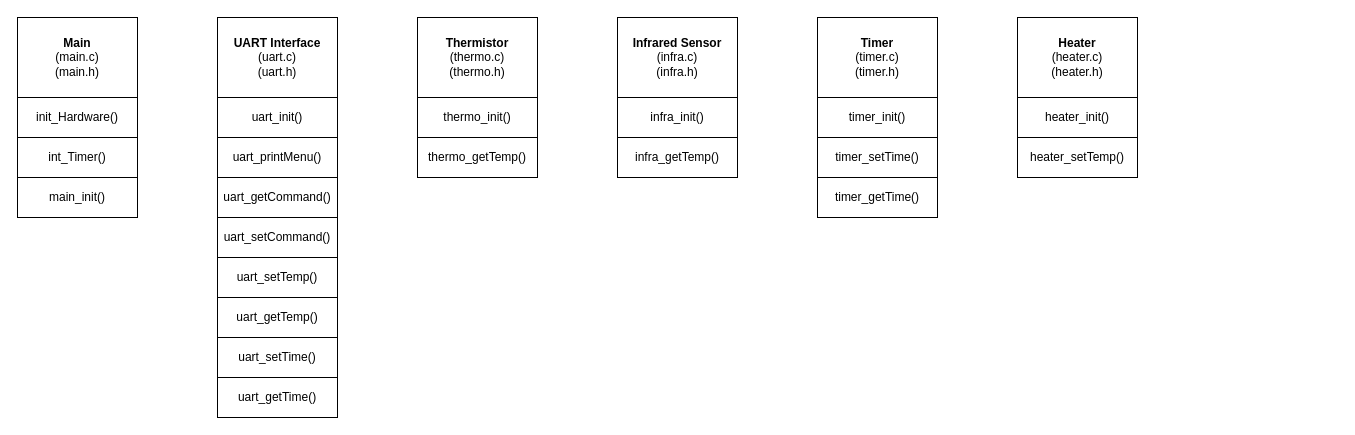
The draw.io diagram documentation/uml.drawio in mannndrew/BrewBuddy, before the edit. Source tidied: cells renumbered, new cells numbered last; positions are measured from the earlier drawing's top-left corner, leaving out a move shared by most shapes. Both pictures are drawn from the tidied source at 100%, with x=0, y=0 at pixel (17, 17).
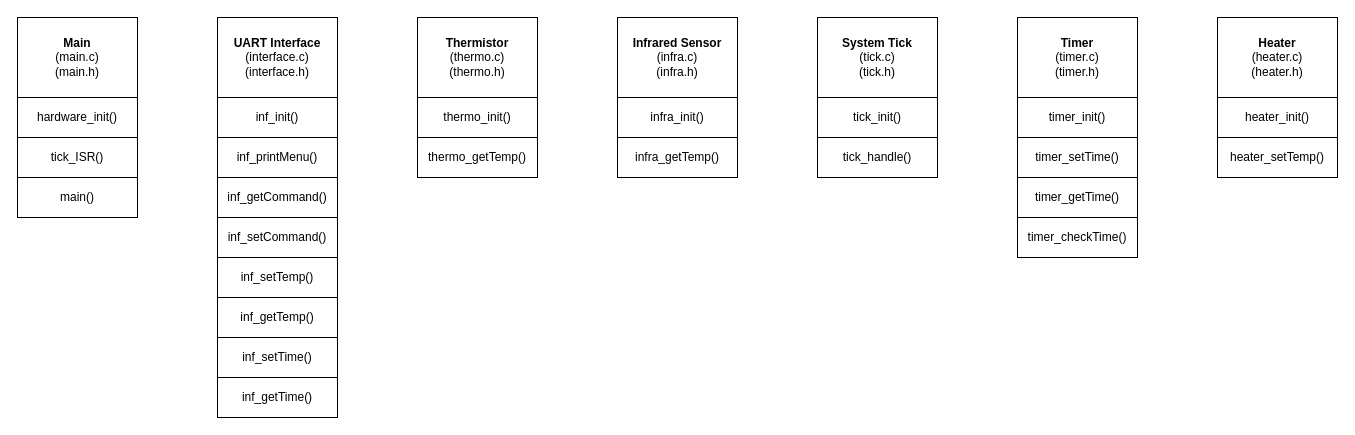
The same page after the edit.

What changed in the source:
```diff
@@
-    <mxCell id="8" value="&lt;div&gt;&lt;b&gt;UART Interface&lt;/b&gt;&lt;/div&gt;(uart.c)&lt;br&gt;(uart.h)" style="rounded=0;whiteSpace=wrap;html=1;" parent="1" vertex="1">
+    <mxCell id="8" value="&lt;div&gt;&lt;b&gt;UART Interface&lt;/b&gt;&lt;/div&gt;(interface.c)&lt;br&gt;(interface.h)" style="rounded=0;whiteSpace=wrap;html=1;" parent="1" vertex="1">
       <mxGeometry x="200" width="120" height="80" as="geometry" />
     </mxCell>
-    <mxCell id="9" value="uart_init()" style="rounded=0;whiteSpace=wrap;html=1;" parent="1" vertex="1">
+    <mxCell id="9" value="inf_init()" style="rounded=0;whiteSpace=wrap;html=1;" parent="1" vertex="1">
       <mxGeometry x="200" y="80" width="120" height="40" as="geometry" />
     </mxCell>
-    <mxCell id="10" value="uart_setTemp()" style="rounded=0;whiteSpace=wrap;html=1;" parent="1" vertex="1">
+    <mxCell id="10" value="inf_setTemp()" style="rounded=0;whiteSpace=wrap;html=1;" parent="1" vertex="1">
       <mxGeometry x="200" y="240" width="120" height="40" as="geometry" />
     </mxCell>
-    <mxCell id="11" value="uart_getTemp()" style="rounded=0;whiteSpace=wrap;html=1;" parent="1" vertex="1">
+    <mxCell id="11" value="inf_getTemp()" style="rounded=0;whiteSpace=wrap;html=1;" parent="1" vertex="1">
       <mxGeometry x="200" y="280" width="120" height="40" as="geometry" />
     </mxCell>
-    <mxCell id="12" value="uart_setTime()" style="rounded=0;whiteSpace=wrap;html=1;" parent="1" vertex="1">
+    <mxCell id="12" value="inf_setTime()" style="rounded=0;whiteSpace=wrap;html=1;" parent="1" vertex="1">
       <mxGeometry x="200" y="320" width="120" height="40" as="geometry" />
     </mxCell>
-    <mxCell id="13" value="uart_getTime()" style="rounded=0;whiteSpace=wrap;html=1;" parent="1" vertex="1">
+    <mxCell id="13" value="inf_getTime()" style="rounded=0;whiteSpace=wrap;html=1;" parent="1" vertex="1">
       <mxGeometry x="200" y="360" width="120" height="40" as="geometry" />
     </mxCell>
-    <mxCell id="14" value="uart_getCommand()" style="rounded=0;whiteSpace=wrap;html=1;" parent="1" vertex="1">
+    <mxCell id="14" value="inf_getCommand()" style="rounded=0;whiteSpace=wrap;html=1;" parent="1" vertex="1">
       <mxGeometry x="200" y="160" width="120" height="40" as="geometry" />
     </mxCell>
-    <mxCell id="15" value="uart_setCommand()" style="rounded=0;whiteSpace=wrap;html=1;" parent="1" vertex="1">
+    <mxCell id="15" value="inf_setCommand()" style="rounded=0;whiteSpace=wrap;html=1;" parent="1" vertex="1">
       <mxGeometry x="200" y="200" width="120" height="40" as="geometry" />
     </mxCell>
-    <mxCell id="16" value="uart_printMenu()" style="rounded=0;whiteSpace=wrap;html=1;" parent="1" vertex="1">
+    <mxCell id="16" value="inf_printMenu()" style="rounded=0;whiteSpace=wrap;html=1;" parent="1" vertex="1">
       <mxGeometry x="200" y="120" width="120" height="40" as="geometry" />
     </mxCell>
     <mxCell id="17" value="&lt;div&gt;&lt;b&gt;Timer&lt;/b&gt;&lt;/div&gt;(timer.c)&lt;br&gt;(timer.h)" style="rounded=0;whiteSpace=wrap;html=1;" parent="1" vertex="1">
-      <mxGeometry x="800" width="120" height="80" as="geometry" />
+      <mxGeometry x="1000" width="120" height="80" as="geometry" />
     </mxCell>
     <mxCell id="18" value="timer_init()" style="rounded=0;whiteSpace=wrap;html=1;" parent="1" vertex="1">
-      <mxGeometry x="800" y="80" width="120" height="40" as="geometry" />
+      <mxGeometry x="1000" y="80" width="120" height="40" as="geometry" />
     </mxCell>
     <mxCell id="19" value="timer_setTime()" style="rounded=0;whiteSpace=wrap;html=1;" parent="1" vertex="1">
-      <mxGeometry x="800" y="120" width="120" height="40" as="geometry" />
+      <mxGeometry x="1000" y="120" width="120" height="40" as="geometry" />
     </mxCell>
     <mxCell id="20" value="timer_getTime()" style="rounded=0;whiteSpace=wrap;html=1;" parent="1" vertex="1">
-      <mxGeometry x="800" y="160" width="120" height="40" as="geometry" />
+      <mxGeometry x="1000" y="160" width="120" height="40" as="geometry" />
     </mxCell>
     <mxCell id="21" value="&lt;div&gt;&lt;b&gt;Heater&lt;/b&gt;&lt;/div&gt;(heater.c)&lt;br&gt;(heater.h)" style="rounded=0;whiteSpace=wrap;html=1;" parent="1" vertex="1">
-      <mxGeometry x="1000" width="120" height="80" as="geometry" />
+      <mxGeometry x="1200" width="120" height="80" as="geometry" />
     </mxCell>
     <mxCell id="22" value="heater_init()" style="rounded=0;whiteSpace=wrap;html=1;" parent="1" vertex="1">
-      <mxGeometry x="1000" y="80" width="120" height="40" as="geometry" />
+      <mxGeometry x="1200" y="80" width="120" height="40" as="geometry" />
     </mxCell>
     <mxCell id="23" value="heater_setTemp()" style="rounded=0;whiteSpace=wrap;html=1;" parent="1" vertex="1">
-      <mxGeometry x="1000" y="120" width="120" height="40" as="geometry" />
+      <mxGeometry x="1200" y="120" width="120" height="40" as="geometry" />
     </mxCell>
@@
-    <mxCell id="25" value="init_Hardware()" style="rounded=0;whiteSpace=wrap;html=1;" parent="1" vertex="1">
+    <mxCell id="25" value="hardware_init()" style="rounded=0;whiteSpace=wrap;html=1;" parent="1" vertex="1">
       <mxGeometry y="80" width="120" height="40" as="geometry" />
     </mxCell>
-    <mxCell id="26" value="main_init()" style="rounded=0;whiteSpace=wrap;html=1;" parent="1" vertex="1">
+    <mxCell id="26" value="main()" style="rounded=0;whiteSpace=wrap;html=1;" parent="1" vertex="1">
       <mxGeometry y="160" width="120" height="40" as="geometry" />
     </mxCell>
-    <mxCell id="27" value="int_Timer()" style="rounded=0;whiteSpace=wrap;html=1;" parent="1" vertex="1">
+    <mxCell id="27" value="tick_ISR()" style="rounded=0;whiteSpace=wrap;html=1;" parent="1" vertex="1">
       <mxGeometry y="120" width="120" height="40" as="geometry" />
     </mxCell>
+    <mxCell id="28" value="timer_checkTime()" style="rounded=0;whiteSpace=wrap;html=1;" parent="1" vertex="1">
+      <mxGeometry x="1000" y="200" width="120" height="40" as="geometry" />
+    </mxCell>
+    <mxCell id="29" value="&lt;div&gt;&lt;b&gt;System Tick&lt;/b&gt;&lt;/div&gt;(tick.c)&lt;br&gt;(tick.h)" style="rounded=0;whiteSpace=wrap;html=1;" parent="1" vertex="1">
+      <mxGeometry x="800" width="120" height="80" as="geometry" />
+    </mxCell>
+    <mxCell id="30" value="tick_init()" style="rounded=0;whiteSpace=wrap;html=1;" parent="1" vertex="1">
+      <mxGeometry x="800" y="80" width="120" height="40" as="geometry" />
+    </mxCell>
+    <mxCell id="31" value="tick_handle()" style="rounded=0;whiteSpace=wrap;html=1;" parent="1" vertex="1">
+      <mxGeometry x="800" y="120" width="120" height="40" as="geometry" />
+    </mxCell>
```
